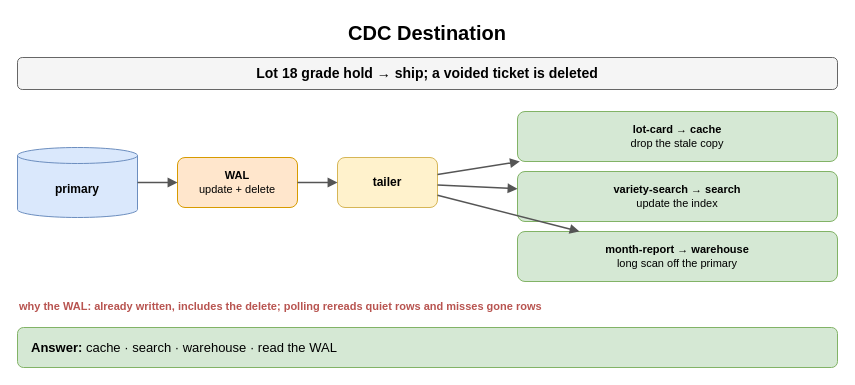
amendez13/swe-study-guide keeps this draw.io diagram as page "CDC Destination" (6 of 8) of content/09_System_Design_Interview/13_Storage_and_Data_Processing_at_Scale/diagrams/storage-processing-drills.drawio. Above is the earlier version. Source tidied: cells renumbered, new cells numbered last; positions are measured from the earlier drawing's top-left corner, leaving out a move shared by most shapes. Both pictures are drawn from the tidied source at 100%, with x=0, y=0 at pixel (17, 17).
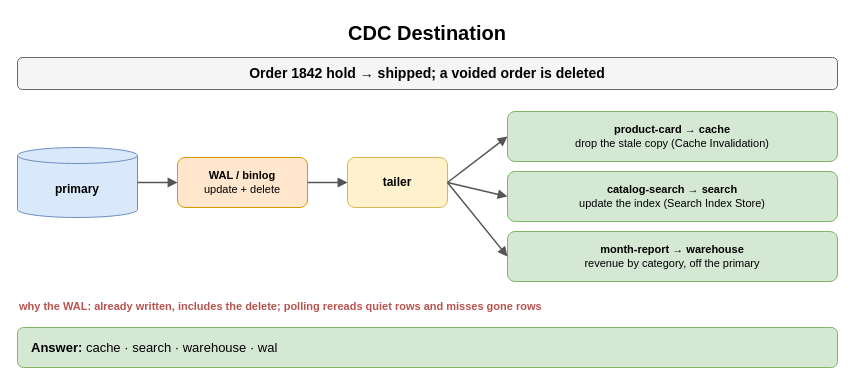
The same page after the edit.

Diff of the diagram source:
```diff
@@
 <mxGraphModel>
   <root>
     <mxCell id="0" />
     <mxCell id="1" parent="0" />
     <mxCell id="2" value="CDC Destination" style="text;html=1;align=center;verticalAlign=middle;whiteSpace=wrap;fontSize=20;fontStyle=1;" parent="1" vertex="1">
       <mxGeometry width="820" height="30" as="geometry" />
     </mxCell>
-    <mxCell id="3" value="Lot 18 grade hold → ship; a voided ticket is deleted" style="rounded=1;whiteSpace=wrap;html=1;fillColor=#f5f5f5;strokeColor=#666666;fontStyle=1;fontSize=14;" parent="1" vertex="1">
+    <mxCell id="3" value="Order 1842 hold → shipped; a voided order is deleted" style="rounded=1;whiteSpace=wrap;html=1;fillColor=#f5f5f5;strokeColor=#666666;fontStyle=1;fontSize=14;" parent="1" vertex="1">
       <mxGeometry y="40" width="820" height="32" as="geometry" />
     </mxCell>
     <mxCell id="4" value="primary" style="shape=cylinder3;whiteSpace=wrap;html=1;boundedLbl=1;backgroundOutline=1;size=8;fillColor=#dae8fc;strokeColor=#6c8ebf;fontStyle=1;fontSize=12;" parent="1" vertex="1">
       <mxGeometry y="130" width="120" height="70" as="geometry" />
     </mxCell>
-    <mxCell id="5" value="WAL&lt;br&gt;&lt;span style='font-weight:normal'&gt;update + delete&lt;/span&gt;" style="rounded=1;whiteSpace=wrap;html=1;fillColor=#ffe6cc;strokeColor=#d79b00;fontSize=11;align=center;fontStyle=1;" parent="1" vertex="1">
-      <mxGeometry x="160" y="140" width="120" height="50" as="geometry" />
+    <mxCell id="5" value="WAL / binlog&lt;br&gt;&lt;span style='font-weight:normal'&gt;update + delete&lt;/span&gt;" style="rounded=1;whiteSpace=wrap;html=1;fillColor=#ffe6cc;strokeColor=#d79b00;fontSize=11;align=center;fontStyle=1;" parent="1" vertex="1">
+      <mxGeometry x="160" y="140" width="130" height="50" as="geometry" />
     </mxCell>
     <mxCell id="6" value="tailer" style="rounded=1;whiteSpace=wrap;html=1;fillColor=#fff2cc;strokeColor=#d6b656;fontSize=12;align=center;fontStyle=1;" parent="1" vertex="1">
-      <mxGeometry x="320" y="140" width="100" height="50" as="geometry" />
+      <mxGeometry x="330" y="140" width="100" height="50" as="geometry" />
     </mxCell>
     <mxCell id="7" style="endArrow=block;endSize=6;html=1;strokeWidth=1.5;strokeColor=#555555;fontSize=11;labelBackgroundColor=#ffffff;" parent="1" edge="1" source="4" target="5">
       <mxGeometry relative="1" as="geometry" />
     </mxCell>
     <mxCell id="8" style="endArrow=block;endSize=6;html=1;strokeWidth=1.5;strokeColor=#555555;fontSize=11;labelBackgroundColor=#ffffff;" parent="1" edge="1" source="5" target="6">
       <mxGeometry relative="1" as="geometry" />
     </mxCell>
-    <mxCell id="9" value="lot-card → cache&lt;br&gt;&lt;span style='font-weight:normal'&gt;drop the stale copy&lt;/span&gt;" style="rounded=1;whiteSpace=wrap;html=1;fillColor=#d5e8d4;strokeColor=#82b366;fontSize=11;align=center;fontStyle=1;" parent="1" vertex="1">
-      <mxGeometry x="500" y="94" width="320" height="50" as="geometry" />
+    <mxCell id="9" value="product-card → cache&lt;br&gt;&lt;span style='font-weight:normal'&gt;drop the stale copy (Cache Invalidation)&lt;/span&gt;" style="rounded=1;whiteSpace=wrap;html=1;fillColor=#d5e8d4;strokeColor=#82b366;fontSize=11;align=center;fontStyle=1;" parent="1" vertex="1">
+      <mxGeometry x="490" y="94" width="330" height="50" as="geometry" />
     </mxCell>
-    <mxCell id="10" style="endArrow=block;endSize=6;html=1;strokeWidth=1.5;strokeColor=#555555;fontSize=11;labelBackgroundColor=#ffffff;" parent="1" edge="1" source="6" target="9">
+    <mxCell id="10" style="endArrow=block;endSize=6;html=1;strokeWidth=1.5;strokeColor=#555555;fontSize=11;labelBackgroundColor=#ffffff;exitX=1;exitY=0.5;entryX=0;entryY=0.5;" parent="1" edge="1" source="6" target="9">
       <mxGeometry relative="1" as="geometry" />
     </mxCell>
-    <mxCell id="11" value="variety-search → search&lt;br&gt;&lt;span style='font-weight:normal'&gt;update the index&lt;/span&gt;" style="rounded=1;whiteSpace=wrap;html=1;fillColor=#d5e8d4;strokeColor=#82b366;fontSize=11;align=center;fontStyle=1;" parent="1" vertex="1">
-      <mxGeometry x="500" y="154" width="320" height="50" as="geometry" />
+    <mxCell id="11" value="catalog-search → search&lt;br&gt;&lt;span style='font-weight:normal'&gt;update the index (Search Index Store)&lt;/span&gt;" style="rounded=1;whiteSpace=wrap;html=1;fillColor=#d5e8d4;strokeColor=#82b366;fontSize=11;align=center;fontStyle=1;" parent="1" vertex="1">
+      <mxGeometry x="490" y="154" width="330" height="50" as="geometry" />
     </mxCell>
-    <mxCell id="12" style="endArrow=block;endSize=6;html=1;strokeWidth=1.5;strokeColor=#555555;fontSize=11;labelBackgroundColor=#ffffff;" parent="1" edge="1" source="6" target="11">
+    <mxCell id="12" style="endArrow=block;endSize=6;html=1;strokeWidth=1.5;strokeColor=#555555;fontSize=11;labelBackgroundColor=#ffffff;exitX=1;exitY=0.5;entryX=0;entryY=0.5;" parent="1" edge="1" source="6" target="11">
       <mxGeometry relative="1" as="geometry" />
     </mxCell>
-    <mxCell id="13" value="month-report → warehouse&lt;br&gt;&lt;span style='font-weight:normal'&gt;long scan off the primary&lt;/span&gt;" style="rounded=1;whiteSpace=wrap;html=1;fillColor=#d5e8d4;strokeColor=#82b366;fontSize=11;align=center;fontStyle=1;" parent="1" vertex="1">
-      <mxGeometry x="500" y="214" width="320" height="50" as="geometry" />
+    <mxCell id="13" value="month-report → warehouse&lt;br&gt;&lt;span style='font-weight:normal'&gt;revenue by category, off the primary&lt;/span&gt;" style="rounded=1;whiteSpace=wrap;html=1;fillColor=#d5e8d4;strokeColor=#82b366;fontSize=11;align=center;fontStyle=1;" parent="1" vertex="1">
+      <mxGeometry x="490" y="214" width="330" height="50" as="geometry" />
     </mxCell>
-    <mxCell id="14" style="endArrow=block;endSize=6;html=1;strokeWidth=1.5;strokeColor=#555555;fontSize=11;labelBackgroundColor=#ffffff;" parent="1" edge="1" source="6" target="13">
+    <mxCell id="14" style="endArrow=block;endSize=6;html=1;strokeWidth=1.5;strokeColor=#555555;fontSize=11;labelBackgroundColor=#ffffff;exitX=1;exitY=0.5;entryX=0;entryY=0.5;" parent="1" edge="1" source="6" target="13">
       <mxGeometry relative="1" as="geometry" />
     </mxCell>
     <mxCell id="15" value="why the WAL: already written, includes the delete; polling rereads quiet rows and misses gone rows" style="text;html=1;whiteSpace=wrap;fontSize=11;align=left;verticalAlign=middle;fontSize=11;fontColor=#b85450;fontStyle=1;" parent="1" vertex="1">
       <mxGeometry y="280" width="820" height="18" as="geometry" />
     </mxCell>
-    <mxCell id="16" value="&lt;b&gt;Answer:&lt;/b&gt; cache · search · warehouse · read the WAL" style="rounded=1;whiteSpace=wrap;html=1;fillColor=#d5e8d4;strokeColor=#82b366;fontSize=13;align=left;spacingLeft=12;" parent="1" vertex="1">
+    <mxCell id="16" value="&lt;b&gt;Answer:&lt;/b&gt; cache · search · warehouse · wal" style="rounded=1;whiteSpace=wrap;html=1;fillColor=#d5e8d4;strokeColor=#82b366;fontSize=13;align=left;spacingLeft=12;" parent="1" vertex="1">
       <mxGeometry y="310" width="820" height="40" as="geometry" />
     </mxCell>
   </root>
 </mxGraphModel>
```
